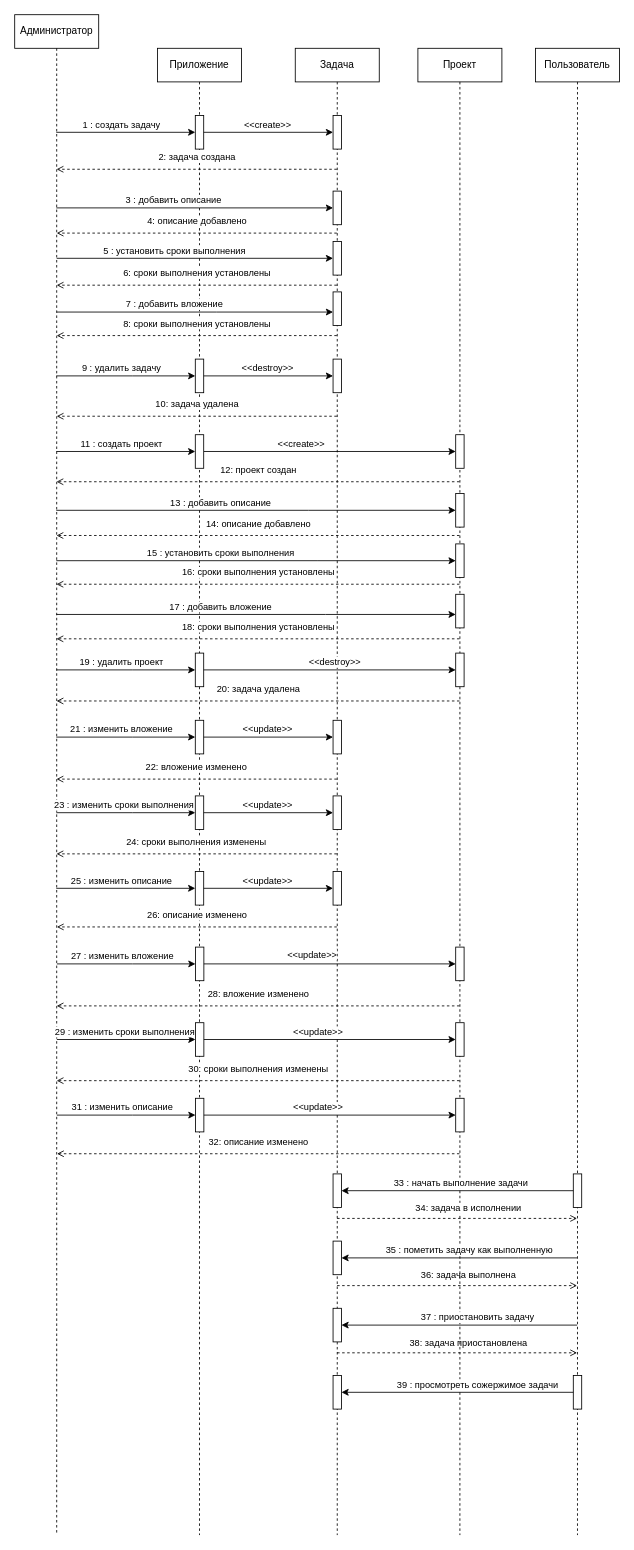
This is диаграммаПоследовательностиКурс.drawio from hard-gainer/UML, a draw.io file, before an edit. Source tidied: cells renumbered, new cells numbered last; positions are measured from the earlier drawing's top-left corner, leaving out a move shared by most shapes. Both pictures are drawn from the tidied source at 84%, with x=0, y=0 at pixel (14, 14).
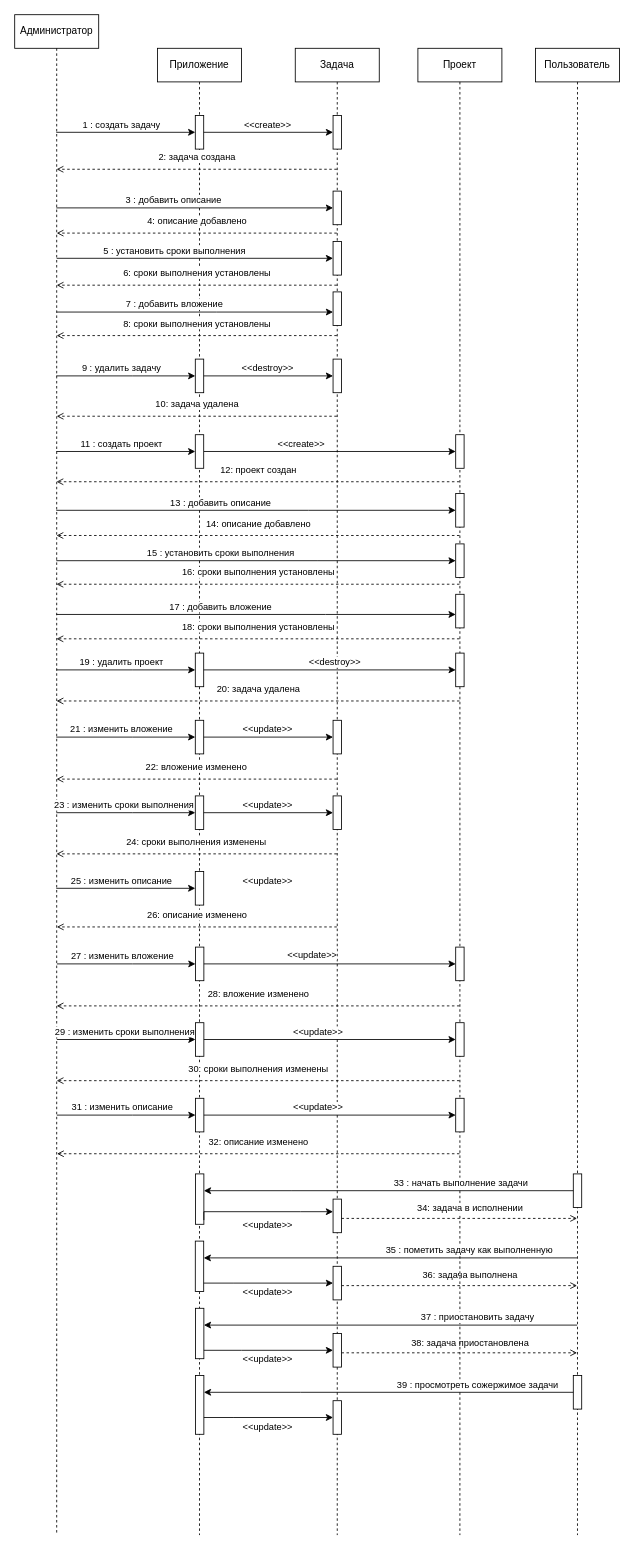
After the change.

Unchanged cells that the change refers to:
```xml
<mxCell id="4" style="html=1;points=[[0,0,0,0,5],[0,1,0,0,-5],[1,0,0,0,5],[1,1,0,0,-5]];perimeter=orthogonalPerimeter;outlineConnect=0;targetShapes=umlLifeline;portConstraint=eastwest;newEdgeStyle={&quot;curved&quot;:0,&quot;rounded&quot;:0};" parent="3" vertex="1">
  <mxGeometry x="45" y="1340" width="10" height="40" as="geometry" />
</mxCell>
<mxCell id="5" style="html=1;points=[[0,0,0,0,5],[0,1,0,0,-5],[1,0,0,0,5],[1,1,0,0,-5]];perimeter=orthogonalPerimeter;outlineConnect=0;targetShapes=umlLifeline;portConstraint=eastwest;newEdgeStyle={&quot;curved&quot;:0,&quot;rounded&quot;:0};" parent="3" vertex="1">
  <mxGeometry x="45" y="1580" width="10" height="40" as="geometry" />
</mxCell>
<mxCell id="6" value="Приложение" style="shape=umlLifeline;perimeter=lifelinePerimeter;whiteSpace=wrap;html=1;newEdgeStyle={&quot;edgeStyle&quot;:&quot;elbowEdgeStyle&quot;,&quot;elbow&quot;:&quot;vertical&quot;,&quot;curved&quot;:0,&quot;rounded&quot;:0};" parent="1" vertex="1">
  <mxGeometry x="170" y="40" width="100" height="1770" as="geometry" />
</mxCell>
<mxCell id="12" style="html=1;points=[[0,0,0,0,5],[0,1,0,0,-5],[1,0,0,0,5],[1,1,0,0,-5]];perimeter=orthogonalPerimeter;outlineConnect=0;targetShapes=umlLifeline;portConstraint=eastwest;newEdgeStyle={&quot;curved&quot;:0,&quot;rounded&quot;:0};" parent="6" vertex="1">
  <mxGeometry x="45" y="980" width="10" height="40" as="geometry" />
</mxCell>
<mxCell id="27" value="Задача" style="shape=umlLifeline;perimeter=lifelinePerimeter;whiteSpace=wrap;html=1;newEdgeStyle={&quot;edgeStyle&quot;:&quot;elbowEdgeStyle&quot;,&quot;elbow&quot;:&quot;vertical&quot;,&quot;curved&quot;:0,&quot;rounded&quot;:0};" parent="1" vertex="1">
  <mxGeometry x="334" y="40" width="100" height="1770" as="geometry" />
</mxCell>
```

The edit, as a diff of the source:
```diff
@@
+    <mxCell id="37" style="html=1;points=[[0,0,0,0,5],[0,1,0,0,-5],[1,0,0,0,5],[1,1,0,0,-5]];perimeter=orthogonalPerimeter;outlineConnect=0;targetShapes=umlLifeline;portConstraint=eastwest;newEdgeStyle={&quot;curved&quot;:0,&quot;rounded&quot;:0};" parent="6" vertex="1">
+      <mxGeometry x="45.2" y="1340" width="10" height="60" as="geometry" />
+    </mxCell>
+    <mxCell id="38" style="html=1;points=[[0,0,0,0,5],[0,1,0,0,-5],[1,0,0,0,5],[1,1,0,0,-5]];perimeter=orthogonalPerimeter;outlineConnect=0;targetShapes=umlLifeline;portConstraint=eastwest;newEdgeStyle={&quot;curved&quot;:0,&quot;rounded&quot;:0};" parent="6" vertex="1">
+      <mxGeometry x="45" y="1420" width="10" height="60" as="geometry" />
+    </mxCell>
+    <mxCell id="40" style="html=1;points=[[0,0,0,0,5],[0,1,0,0,-5],[1,0,0,0,5],[1,1,0,0,-5]];perimeter=orthogonalPerimeter;outlineConnect=0;targetShapes=umlLifeline;portConstraint=eastwest;newEdgeStyle={&quot;curved&quot;:0,&quot;rounded&quot;:0};" parent="6" vertex="1">
+      <mxGeometry x="45.2" y="1500" width="10" height="60" as="geometry" />
+    </mxCell>
+    <mxCell id="42" style="html=1;points=[[0,0,0,0,5],[0,1,0,0,-5],[1,0,0,0,5],[1,1,0,0,-5]];perimeter=orthogonalPerimeter;outlineConnect=0;targetShapes=umlLifeline;portConstraint=eastwest;newEdgeStyle={&quot;curved&quot;:0,&quot;rounded&quot;:0};" parent="6" vertex="1">
+      <mxGeometry x="45.2" y="1580" width="10" height="70" as="geometry" />
+    </mxCell>
@@
+    <mxCell id="39" value="36: задача выполнена" style="html=1;verticalAlign=bottom;labelBackgroundColor=default;endArrow=open;endFill=0;dashed=1;rounded=0;" parent="27" edge="1" source="118">
+      <mxGeometry x="0.09" y="3" relative="1" as="geometry">
+        <mxPoint x="335.5" y="1473" as="targetPoint" />
+      </mxGeometry>
+    </mxCell>
+    <mxCell id="41" value="38: задача приостановлена" style="html=1;verticalAlign=bottom;labelBackgroundColor=default;endArrow=open;endFill=0;dashed=1;rounded=0;" parent="27" edge="1" source="120">
+      <mxGeometry x="0.09" y="3" relative="1" as="geometry">
+        <mxPoint x="335.5" y="1553" as="targetPoint" />
+      </mxGeometry>
+    </mxCell>
     <mxCell id="36" style="html=1;points=[[0,0,0,0,5],[0,1,0,0,-5],[1,0,0,0,5],[1,1,0,0,-5]];perimeter=orthogonalPerimeter;outlineConnect=0;targetShapes=umlLifeline;portConstraint=eastwest;newEdgeStyle={&quot;curved&quot;:0,&quot;rounded&quot;:0};" parent="27" vertex="1">
-      <mxGeometry x="45" y="980" width="10" height="40" as="geometry" />
+      <mxGeometry x="45" y="1370" width="10" height="40" as="geometry" />
     </mxCell>
-    <mxCell id="37" style="html=1;points=[[0,0,0,0,5],[0,1,0,0,-5],[1,0,0,0,5],[1,1,0,0,-5]];perimeter=orthogonalPerimeter;outlineConnect=0;targetShapes=umlLifeline;portConstraint=eastwest;newEdgeStyle={&quot;curved&quot;:0,&quot;rounded&quot;:0};" parent="27" vertex="1">
-      <mxGeometry x="45" y="1340" width="10" height="40" as="geometry" />
-    </mxCell>
-    <mxCell id="38" style="html=1;points=[[0,0,0,0,5],[0,1,0,0,-5],[1,0,0,0,5],[1,1,0,0,-5]];perimeter=orthogonalPerimeter;outlineConnect=0;targetShapes=umlLifeline;portConstraint=eastwest;newEdgeStyle={&quot;curved&quot;:0,&quot;rounded&quot;:0};" parent="27" vertex="1">
-      <mxGeometry x="45" y="1420" width="10" height="40" as="geometry" />
-    </mxCell>
-    <mxCell id="39" value="36: задача выполнена" style="html=1;verticalAlign=bottom;labelBackgroundColor=default;endArrow=open;endFill=0;dashed=1;rounded=0;" parent="27" edge="1">
-      <mxGeometry x="0.09" y="3" relative="1" as="geometry">
-        <mxPoint x="49.8" y="1473" as="sourcePoint" />
-        <mxPoint x="335.5" y="1473" as="targetPoint" />
-      </mxGeometry>
-    </mxCell>
-    <mxCell id="40" style="html=1;points=[[0,0,0,0,5],[0,1,0,0,-5],[1,0,0,0,5],[1,1,0,0,-5]];perimeter=orthogonalPerimeter;outlineConnect=0;targetShapes=umlLifeline;portConstraint=eastwest;newEdgeStyle={&quot;curved&quot;:0,&quot;rounded&quot;:0};" parent="27" vertex="1">
-      <mxGeometry x="45" y="1500" width="10" height="40" as="geometry" />
-    </mxCell>
-    <mxCell id="41" value="38: задача приостановлена" style="html=1;verticalAlign=bottom;labelBackgroundColor=default;endArrow=open;endFill=0;dashed=1;rounded=0;" parent="27" edge="1">
-      <mxGeometry x="0.09" y="3" relative="1" as="geometry">
-        <mxPoint x="49.8" y="1553" as="sourcePoint" />
-        <mxPoint x="335.5" y="1553" as="targetPoint" />
-      </mxGeometry>
-    </mxCell>
-    <mxCell id="42" style="html=1;points=[[0,0,0,0,5],[0,1,0,0,-5],[1,0,0,0,5],[1,1,0,0,-5]];perimeter=orthogonalPerimeter;outlineConnect=0;targetShapes=umlLifeline;portConstraint=eastwest;newEdgeStyle={&quot;curved&quot;:0,&quot;rounded&quot;:0};" parent="27" vertex="1">
-      <mxGeometry x="45" y="1580" width="10" height="40" as="geometry" />
-    </mxCell>
+    <mxCell id="118" style="html=1;points=[[0,0,0,0,5],[0,1,0,0,-5],[1,0,0,0,5],[1,1,0,0,-5]];perimeter=orthogonalPerimeter;outlineConnect=0;targetShapes=umlLifeline;portConstraint=eastwest;newEdgeStyle={&quot;curved&quot;:0,&quot;rounded&quot;:0};" parent="27" vertex="1">
+      <mxGeometry x="45" y="1450" width="10" height="40" as="geometry" />
+    </mxCell>
+    <mxCell id="119" value="&amp;lt;&amp;lt;update&amp;gt;&amp;gt;" style="edgeLabel;html=1;align=center;verticalAlign=middle;" parent="27" vertex="1">
+      <mxGeometry x="-34" y="1480" as="geometry" />
+    </mxCell>
+    <mxCell id="120" style="html=1;points=[[0,0,0,0,5],[0,1,0,0,-5],[1,0,0,0,5],[1,1,0,0,-5]];perimeter=orthogonalPerimeter;outlineConnect=0;targetShapes=umlLifeline;portConstraint=eastwest;newEdgeStyle={&quot;curved&quot;:0,&quot;rounded&quot;:0};" parent="27" vertex="1">
+      <mxGeometry x="45" y="1530" width="10" height="40" as="geometry" />
+    </mxCell>
+    <mxCell id="121" value="&amp;lt;&amp;lt;update&amp;gt;&amp;gt;" style="edgeLabel;html=1;align=center;verticalAlign=middle;" parent="27" vertex="1">
+      <mxGeometry x="-34" y="1560" as="geometry" />
+    </mxCell>
+    <mxCell id="122" style="html=1;points=[[0,0,0,0,5],[0,1,0,0,-5],[1,0,0,0,5],[1,1,0,0,-5]];perimeter=orthogonalPerimeter;outlineConnect=0;targetShapes=umlLifeline;portConstraint=eastwest;newEdgeStyle={&quot;curved&quot;:0,&quot;rounded&quot;:0};" parent="27" vertex="1">
+      <mxGeometry x="45" y="1610" width="10" height="40" as="geometry" />
+    </mxCell>
+    <mxCell id="123" value="&amp;lt;&amp;lt;update&amp;gt;&amp;gt;" style="edgeLabel;html=1;align=center;verticalAlign=middle;" parent="27" vertex="1">
+      <mxGeometry x="-34" y="1640" as="geometry" />
+    </mxCell>
@@
-    <mxCell id="100" style="edgeStyle=orthogonalEdgeStyle;rounded=0;jettySize=auto;html=1;curved=0;" parent="1" edge="1" source="12" target="36">
-      <mxGeometry relative="1" as="geometry" />
-    </mxCell>
@@
     <mxCell id="109" style="edgeStyle=orthogonalEdgeStyle;rounded=0;jettySize=auto;html=1;curved=0;" parent="1" edge="1" source="4" target="37">
-      <mxGeometry relative="1" as="geometry" />
+      <mxGeometry relative="1" as="geometry">
+        <Array as="points">
+          <mxPoint x="330" y="1400" />
+          <mxPoint x="330" y="1400" />
+        </Array>
+      </mxGeometry>
     </mxCell>
@@
-    <mxCell id="111" value="34: задача в исполнении" style="html=1;verticalAlign=bottom;labelBackgroundColor=default;endArrow=open;endFill=0;dashed=1;rounded=0;" parent="1" edge="1">
+    <mxCell id="111" value="34: задача в исполнении" style="html=1;verticalAlign=bottom;labelBackgroundColor=default;endArrow=open;endFill=0;dashed=1;rounded=0;" parent="1" edge="1" source="36">
       <mxGeometry x="0.09" y="3" relative="1" as="geometry">
-        <mxPoint x="383.8" y="1433" as="sourcePoint" />
         <mxPoint x="669.5" y="1433" as="targetPoint" />
       </mxGeometry>
     </mxCell>
@@
     <mxCell id="116" style="edgeStyle=orthogonalEdgeStyle;rounded=0;jettySize=auto;html=1;curved=0;" parent="1" edge="1" source="5" target="42">
-      <mxGeometry relative="1" as="geometry" />
+      <mxGeometry relative="1" as="geometry">
+        <Array as="points">
+          <mxPoint x="340" y="1640" />
+          <mxPoint x="340" y="1640" />
+        </Array>
+      </mxGeometry>
     </mxCell>
@@
+    <mxCell id="100" style="edgeStyle=orthogonalEdgeStyle;rounded=0;jettySize=auto;html=1;curved=0;exitX=1;exitY=1;exitDx=0;exitDy=-5;exitPerimeter=0;" parent="1" edge="1" source="37" target="36">
+      <mxGeometry relative="1" as="geometry">
+        <Array as="points">
+          <mxPoint x="340" y="1425" />
+          <mxPoint x="340" y="1425" />
+        </Array>
+      </mxGeometry>
+    </mxCell>
+    <mxCell id="124" value="&amp;lt;&amp;lt;update&amp;gt;&amp;gt;" style="edgeLabel;html=1;align=center;verticalAlign=middle;" parent="1" vertex="1">
+      <mxGeometry x="300" y="1440" as="geometry" />
+    </mxCell>
+    <mxCell id="125" style="edgeStyle=orthogonalEdgeStyle;rounded=0;jettySize=auto;html=1;curved=0;" parent="1" edge="1" source="38" target="118">
+      <mxGeometry relative="1" as="geometry">
+        <Array as="points">
+          <mxPoint x="260" y="1510" />
+          <mxPoint x="260" y="1510" />
+        </Array>
+      </mxGeometry>
+    </mxCell>
+    <mxCell id="126" style="edgeStyle=orthogonalEdgeStyle;rounded=0;jettySize=auto;html=1;curved=0;" parent="1" edge="1" source="40" target="120">
+      <mxGeometry relative="1" as="geometry">
+        <Array as="points">
+          <mxPoint x="270" y="1590" />
+          <mxPoint x="270" y="1590" />
+        </Array>
+      </mxGeometry>
+    </mxCell>
+    <mxCell id="127" style="edgeStyle=orthogonalEdgeStyle;rounded=0;jettySize=auto;html=1;curved=0;" parent="1" edge="1" source="42" target="122">
+      <mxGeometry relative="1" as="geometry">
+        <Array as="points">
+          <mxPoint x="260" y="1670" />
+          <mxPoint x="260" y="1670" />
+        </Array>
+      </mxGeometry>
+    </mxCell>
```
